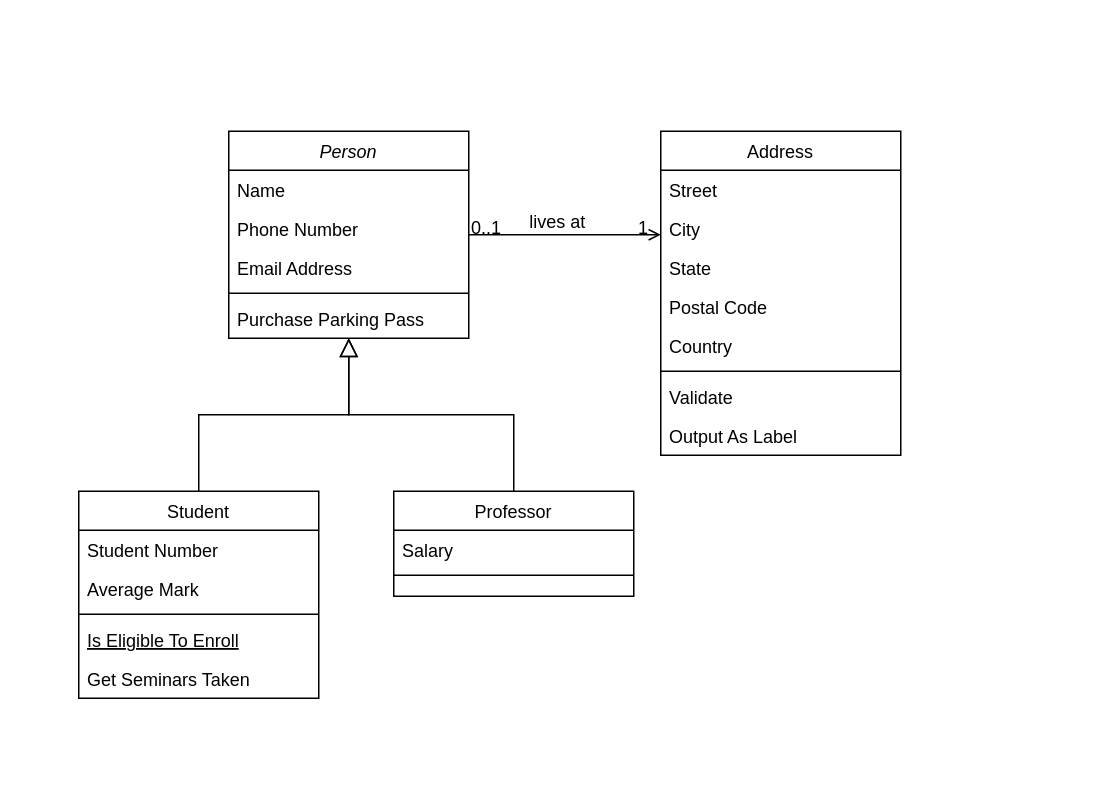
21km43/drawio keeps this draw.io diagram as 人力飛行機概略図.drawio. Above is the earlier version. Source tidied: cells renumbered, new cells numbered last; positions are measured from the earlier drawing's top-left corner, leaving out a move shared by most shapes. Both pictures are drawn from the tidied source at 150%, with x=0, y=0 at pixel (78, 130).
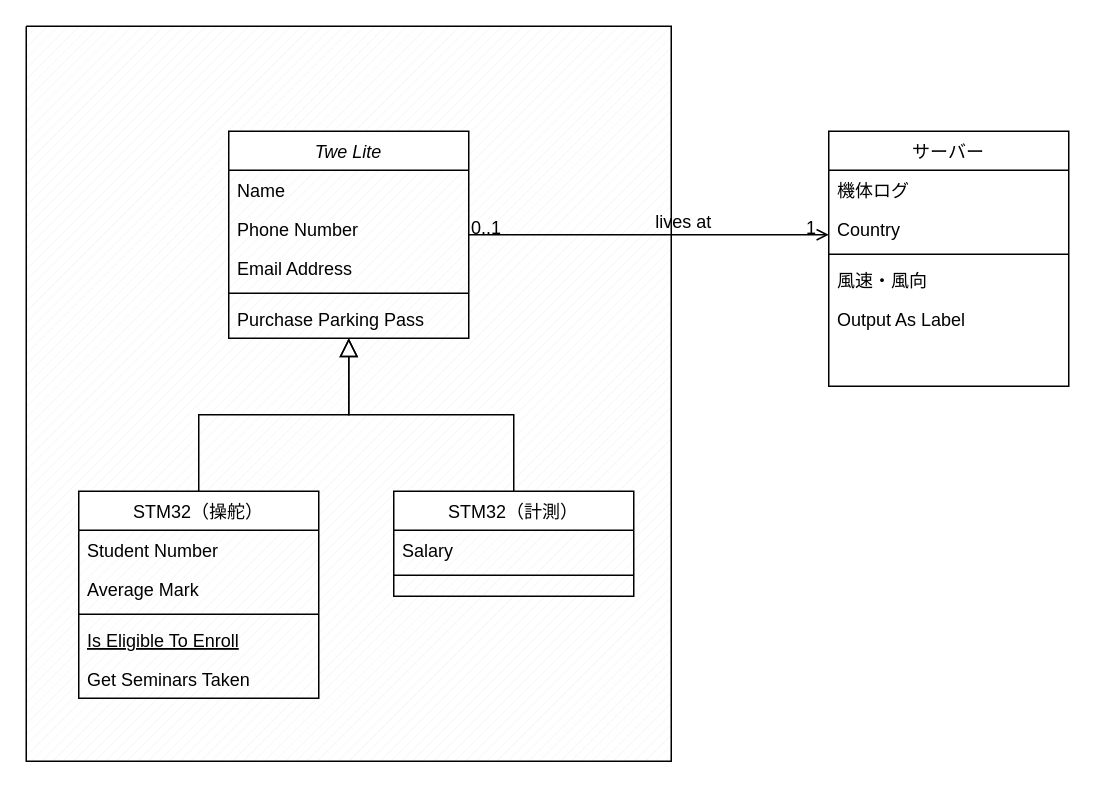
After the change.

Commit message:
人力飛行機概略図.drawio を更新します

What changed in the source:
```diff
@@
+    <mxCell id="32" style="verticalLabelPosition=bottom;verticalAlign=top;html=1;shape=mxgraph.basic.patternFillRect;fillStyle=diag;step=5;fillStrokeWidth=0.2;fillStrokeColor=#dddddd;" parent="1" vertex="1">
+      <mxGeometry x="-35" y="-70" width="430" height="490" as="geometry" />
+    </mxCell>
-    <mxCell id="2" value="Person" style="swimlane;fontStyle=2;align=center;verticalAlign=top;horizontal=1;startSize=26;rounded=0;shadow=0;strokeWidth=1;" parent="1" vertex="1">
+    <mxCell id="2" value="Twe Lite" style="swimlane;fontStyle=2;align=center;verticalAlign=top;horizontal=1;startSize=26;rounded=0;shadow=0;strokeWidth=1;" parent="1" vertex="1">
       <mxGeometry x="100" width="160" height="138" as="geometry" />
     </mxCell>
@@
-    <mxCell id="8" value="Student" style="swimlane;fontStyle=0;align=center;verticalAlign=top;horizontal=1;startSize=26;rounded=0;shadow=0;strokeWidth=1;" parent="1" vertex="1">
+    <mxCell id="8" value="STM32（操舵）" style="swimlane;fontStyle=0;align=center;verticalAlign=top;horizontal=1;startSize=26;rounded=0;shadow=0;strokeWidth=1;" parent="1" vertex="1">
       <mxGeometry y="240" width="160" height="138" as="geometry" />
     </mxCell>
@@
-    <mxCell id="15" value="Professor" style="swimlane;fontStyle=0;align=center;verticalAlign=top;horizontal=1;startSize=26;rounded=0;shadow=0;strokeWidth=1;" parent="1" vertex="1">
+    <mxCell id="15" value="STM32（計測）" style="swimlane;fontStyle=0;align=center;verticalAlign=top;horizontal=1;startSize=26;rounded=0;shadow=0;strokeWidth=1;" parent="1" vertex="1">
       <mxGeometry x="210" y="240" width="160" height="70" as="geometry" />
     </mxCell>
@@
-    <mxCell id="19" value="Address" style="swimlane;fontStyle=0;align=center;verticalAlign=top;horizontal=1;startSize=26;rounded=0;shadow=0;strokeWidth=1;" parent="1" vertex="1">
-      <mxGeometry x="388" width="160" height="216" as="geometry" />
+    <mxCell id="19" value="サーバー" style="swimlane;fontStyle=0;align=center;verticalAlign=top;horizontal=1;startSize=26;rounded=0;shadow=0;strokeWidth=1;" parent="1" vertex="1">
+      <mxGeometry x="500" width="160" height="170" as="geometry" />
     </mxCell>
-    <mxCell id="20" value="Street" style="text;align=left;verticalAlign=top;spacingLeft=4;spacingRight=4;overflow=hidden;" parent="19" vertex="1">
+    <mxCell id="20" value="機体ログ" style="text;align=left;verticalAlign=top;spacingLeft=4;spacingRight=4;overflow=hidden;" parent="19" vertex="1">
       <mxGeometry y="26" width="160" height="26" as="geometry" />
     </mxCell>
-    <mxCell id="21" value="City" style="text;align=left;verticalAlign=top;spacingLeft=4;spacingRight=4;overflow=hidden;rounded=0;shadow=0;html=0;" parent="19" vertex="1">
-      <mxGeometry y="52" width="160" height="26" as="geometry" />
-    </mxCell>
-    <mxCell id="22" value="State" style="text;align=left;verticalAlign=top;spacingLeft=4;spacingRight=4;overflow=hidden;rounded=0;shadow=0;html=0;" parent="19" vertex="1">
-      <mxGeometry y="78" width="160" height="26" as="geometry" />
-    </mxCell>
-    <mxCell id="23" value="Postal Code" style="text;align=left;verticalAlign=top;spacingLeft=4;spacingRight=4;overflow=hidden;rounded=0;shadow=0;html=0;" parent="19" vertex="1">
-      <mxGeometry y="104" width="160" height="26" as="geometry" />
-    </mxCell>
     <mxCell id="24" value="Country" style="text;align=left;verticalAlign=top;spacingLeft=4;spacingRight=4;overflow=hidden;rounded=0;shadow=0;html=0;" parent="19" vertex="1">
-      <mxGeometry y="130" width="160" height="26" as="geometry" />
+      <mxGeometry y="52" width="160" height="26" as="geometry" />
     </mxCell>
     <mxCell id="25" style="line;html=1;strokeWidth=1;align=left;verticalAlign=middle;spacingTop=-1;spacingLeft=3;spacingRight=3;labelPosition=right;" parent="19" vertex="1">
-      <mxGeometry y="156" width="160" height="8" as="geometry" />
+      <mxGeometry y="78" width="160" height="8" as="geometry" />
     </mxCell>
-    <mxCell id="26" value="Validate" style="text;align=left;verticalAlign=top;spacingLeft=4;spacingRight=4;overflow=hidden;" parent="19" vertex="1">
-      <mxGeometry y="164" width="160" height="26" as="geometry" />
+    <mxCell id="26" value="風速・風向" style="text;align=left;verticalAlign=top;spacingLeft=4;spacingRight=4;overflow=hidden;" parent="19" vertex="1">
+      <mxGeometry y="86" width="160" height="26" as="geometry" />
     </mxCell>
     <mxCell id="27" value="Output As Label" style="text;align=left;verticalAlign=top;spacingLeft=4;spacingRight=4;overflow=hidden;" parent="19" vertex="1">
-      <mxGeometry y="190" width="160" height="26" as="geometry" />
+      <mxGeometry y="112" width="160" height="26" as="geometry" />
     </mxCell>
```
